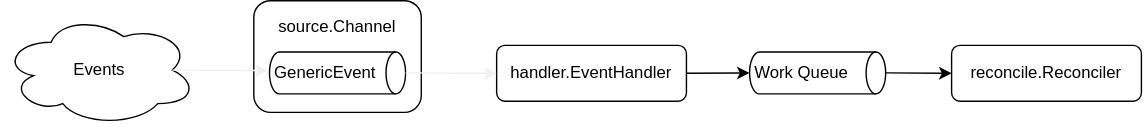
The draw.io diagram articles/images/custom-controller-for-out-of-cluster-events-02.dio.svg in hhiroshell/alpaca-notes, before a commit. Source tidied: cells renumbered, new cells last; positions are measured from the earlier drawing's top-left corner, leaving out a move shared by most shapes. The source it was exported from:
```xml
<mxGraphModel>
  <root>
    <mxCell id="0" />
    <mxCell id="1" parent="0" />
    <mxCell id="2" value="&lt;div style=&quot;text-align: justify&quot;&gt;&lt;span&gt;source.Channel&lt;/span&gt;&lt;/div&gt;&lt;div style=&quot;text-align: justify&quot;&gt;&lt;span&gt;&lt;br&gt;&lt;/span&gt;&lt;/div&gt;&lt;div style=&quot;text-align: justify&quot;&gt;&lt;span&gt;&lt;br&gt;&lt;/span&gt;&lt;/div&gt;&lt;div style=&quot;text-align: justify&quot;&gt;&lt;span&gt;&lt;br&gt;&lt;/span&gt;&lt;/div&gt;" style="rounded=1;whiteSpace=wrap;html=1;" parent="1" vertex="1">
      <mxGeometry x="180" width="120" height="80" as="geometry" />
    </mxCell>
    <mxCell id="3" value="GenericEvent" style="shape=cylinder3;whiteSpace=wrap;html=1;boundedLbl=1;backgroundOutline=1;size=7;rotation=90;horizontal=0;align=left;" parent="1" vertex="1">
      <mxGeometry x="225" y="3" width="30" height="97.5" as="geometry" />
    </mxCell>
    <mxCell id="4" value="Events" style="ellipse;shape=cloud;whiteSpace=wrap;html=1;" parent="1" vertex="1">
      <mxGeometry y="9.8" width="139" height="80" as="geometry" />
    </mxCell>
    <mxCell id="5" style="edgeStyle=none;html=1;exitX=0.875;exitY=0.5;exitDx=0;exitDy=0;exitPerimeter=0;endArrow=classic;endFill=1;strokeColor=#f0f0f0;" parent="1" edge="1" source="4">
      <mxGeometry relative="1" as="geometry">
        <mxPoint x="190" y="50" as="targetPoint" />
      </mxGeometry>
    </mxCell>
    <mxCell id="6" style="edgeStyle=none;html=1;exitX=1;exitY=0.5;exitDx=0;exitDy=0;entryX=0.5;entryY=1;entryDx=0;entryDy=0;entryPerimeter=0;" parent="1" edge="1" source="7" target="10">
      <mxGeometry relative="1" as="geometry" />
    </mxCell>
    <mxCell id="7" value="handler.EventHandler" style="rounded=1;whiteSpace=wrap;html=1;" parent="1" vertex="1">
      <mxGeometry x="354" y="32" width="136" height="40" as="geometry" />
    </mxCell>
    <mxCell id="8" style="edgeStyle=none;html=1;exitX=0.5;exitY=0;exitDx=0;exitDy=0;exitPerimeter=0;endArrow=classic;endFill=1;strokeColor=#f0f0f0;entryX=0;entryY=0.5;entryDx=0;entryDy=0;" parent="1" edge="1" source="3" target="7">
      <mxGeometry relative="1" as="geometry" />
    </mxCell>
    <mxCell id="9" style="edgeStyle=none;html=1;exitX=0.5;exitY=0;exitDx=0;exitDy=0;exitPerimeter=0;entryX=0;entryY=0.5;entryDx=0;entryDy=0;" parent="1" edge="1" source="10" target="11">
      <mxGeometry relative="1" as="geometry" />
    </mxCell>
    <mxCell id="10" value="&amp;nbsp; Work Queue" style="shape=cylinder3;whiteSpace=wrap;html=1;boundedLbl=1;backgroundOutline=1;size=7;rotation=90;horizontal=0;align=left;" parent="1" vertex="1">
      <mxGeometry x="569" y="3" width="30" height="97.5" as="geometry" />
    </mxCell>
    <mxCell id="11" value="reconcile.Reconciler" style="rounded=1;whiteSpace=wrap;html=1;" parent="1" vertex="1">
      <mxGeometry x="680" y="32" width="136" height="40" as="geometry" />
    </mxCell>
  </root>
</mxGraphModel>
```
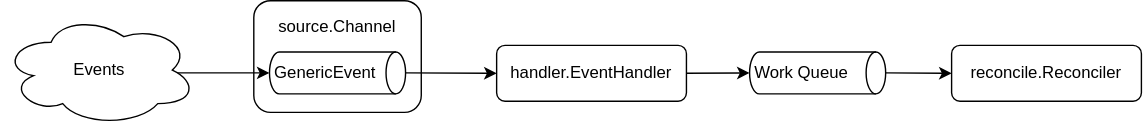
After the commit.

Change to the diagram source:
```diff
@@ -5,26 +5,24 @@
     <mxCell id="2" value="&lt;div style=&quot;text-align: justify&quot;&gt;&lt;span&gt;source.Channel&lt;/span&gt;&lt;/div&gt;&lt;div style=&quot;text-align: justify&quot;&gt;&lt;span&gt;&lt;br&gt;&lt;/span&gt;&lt;/div&gt;&lt;div style=&quot;text-align: justify&quot;&gt;&lt;span&gt;&lt;br&gt;&lt;/span&gt;&lt;/div&gt;&lt;div style=&quot;text-align: justify&quot;&gt;&lt;span&gt;&lt;br&gt;&lt;/span&gt;&lt;/div&gt;" style="rounded=1;whiteSpace=wrap;html=1;" parent="1" vertex="1">
       <mxGeometry x="180" width="120" height="80" as="geometry" />
     </mxCell>
+    <mxCell id="8" style="edgeStyle=none;html=1;exitX=0.5;exitY=0;exitDx=0;exitDy=0;exitPerimeter=0;entryX=0;entryY=0.5;entryDx=0;entryDy=0;" parent="1" edge="1" source="3" target="7">
+      <mxGeometry relative="1" as="geometry" />
+    </mxCell>
     <mxCell id="3" value="GenericEvent" style="shape=cylinder3;whiteSpace=wrap;html=1;boundedLbl=1;backgroundOutline=1;size=7;rotation=90;horizontal=0;align=left;" parent="1" vertex="1">
       <mxGeometry x="225" y="3" width="30" height="97.5" as="geometry" />
     </mxCell>
+    <mxCell id="12" style="edgeStyle=none;html=1;exitX=0.875;exitY=0.525;exitDx=0;exitDy=0;exitPerimeter=0;entryX=0.5;entryY=1;entryDx=0;entryDy=0;entryPerimeter=0;" parent="1" edge="1" source="4" target="3">
+      <mxGeometry relative="1" as="geometry" />
+    </mxCell>
     <mxCell id="4" value="Events" style="ellipse;shape=cloud;whiteSpace=wrap;html=1;" parent="1" vertex="1">
       <mxGeometry y="9.8" width="139" height="80" as="geometry" />
     </mxCell>
-    <mxCell id="5" style="edgeStyle=none;html=1;exitX=0.875;exitY=0.5;exitDx=0;exitDy=0;exitPerimeter=0;endArrow=classic;endFill=1;strokeColor=#f0f0f0;" parent="1" edge="1" source="4">
-      <mxGeometry relative="1" as="geometry">
-        <mxPoint x="190" y="50" as="targetPoint" />
-      </mxGeometry>
-    </mxCell>
     <mxCell id="6" style="edgeStyle=none;html=1;exitX=1;exitY=0.5;exitDx=0;exitDy=0;entryX=0.5;entryY=1;entryDx=0;entryDy=0;entryPerimeter=0;" parent="1" edge="1" source="7" target="10">
       <mxGeometry relative="1" as="geometry" />
     </mxCell>
     <mxCell id="7" value="handler.EventHandler" style="rounded=1;whiteSpace=wrap;html=1;" parent="1" vertex="1">
       <mxGeometry x="354" y="32" width="136" height="40" as="geometry" />
     </mxCell>
-    <mxCell id="8" style="edgeStyle=none;html=1;exitX=0.5;exitY=0;exitDx=0;exitDy=0;exitPerimeter=0;endArrow=classic;endFill=1;strokeColor=#f0f0f0;entryX=0;entryY=0.5;entryDx=0;entryDy=0;" parent="1" edge="1" source="3" target="7">
-      <mxGeometry relative="1" as="geometry" />
-    </mxCell>
     <mxCell id="9" style="edgeStyle=none;html=1;exitX=0.5;exitY=0;exitDx=0;exitDy=0;exitPerimeter=0;entryX=0;entryY=0.5;entryDx=0;entryDy=0;" parent="1" edge="1" source="10" target="11">
       <mxGeometry relative="1" as="geometry" />
     </mxCell>
```
